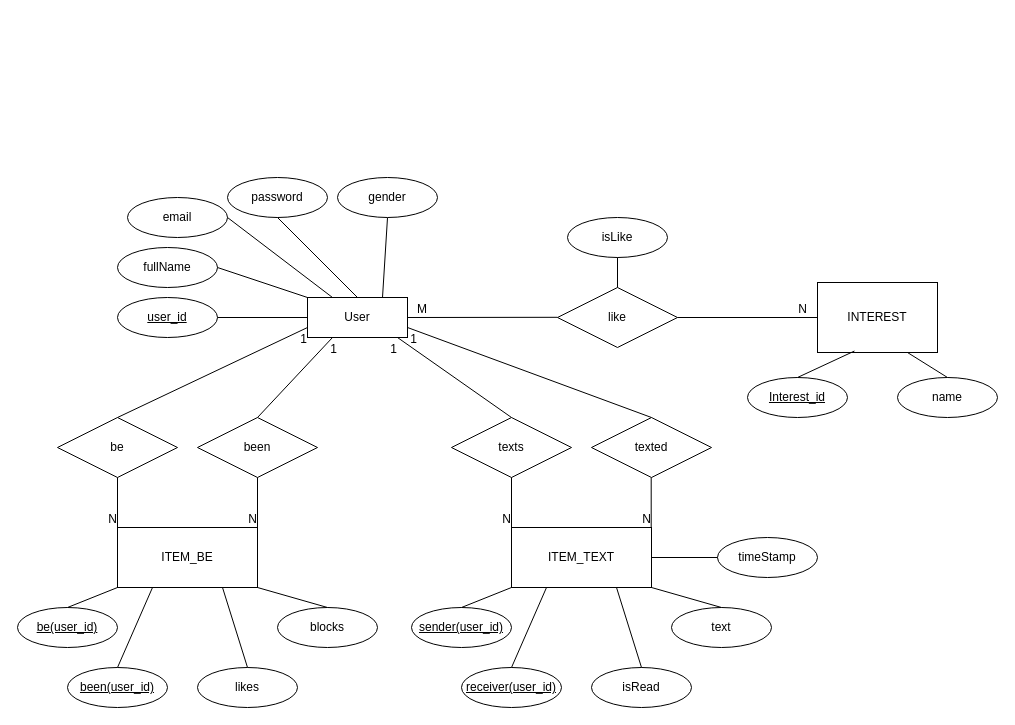
The draw.io diagram page "ER2" (2 of 2) of final project/ER_Diagram.drawio in orpheousff8/orpheousff8.github.io, before the edit. Source tidied: cells renumbered, new cells numbered last; positions are measured from the earlier drawing's top-left corner, leaving out a move shared by most shapes. Both pictures are drawn from the tidied source at 100%, with x=0, y=0 at pixel (17, 177).
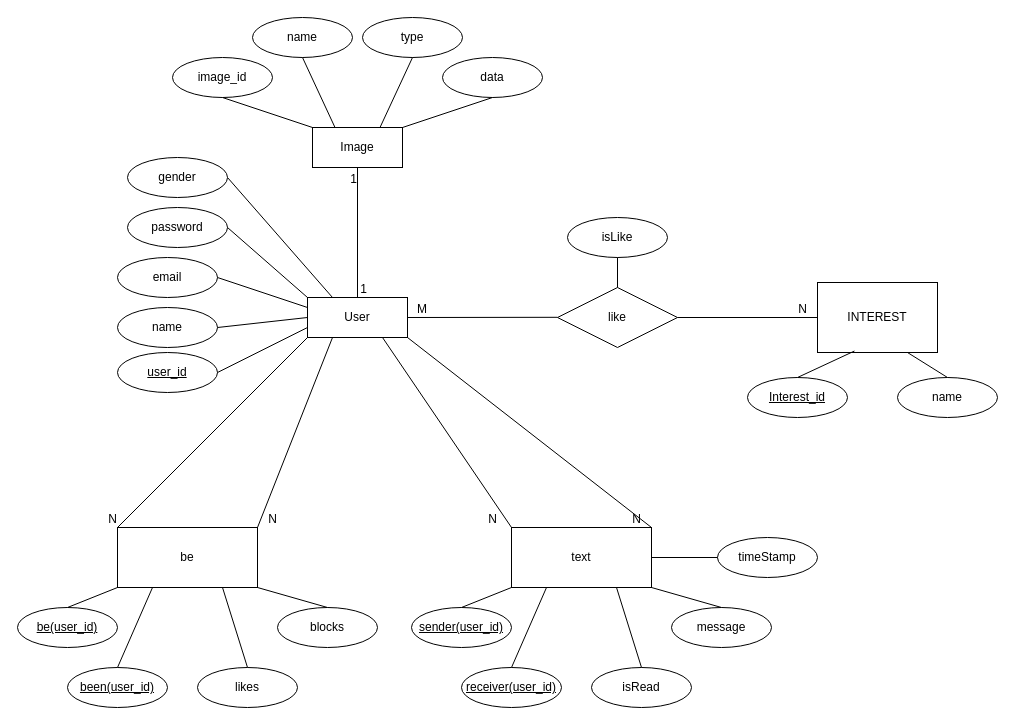
The same page after the edit.

Unchanged cells that the change refers to:
```xml
<mxCell id="2" value="User" style="whiteSpace=wrap;html=1;align=center;" parent="1" vertex="1">
  <mxGeometry x="290" y="120" width="100" height="40" as="geometry" />
</mxCell>
```

Diff of the diagram source:
```diff
@@
-    <mxCell id="4" value="fullName" style="ellipse;whiteSpace=wrap;html=1;align=center;" parent="1" vertex="1">
-      <mxGeometry x="100" y="70" width="100" height="40" as="geometry" />
+    <mxCell id="4" value="name" style="ellipse;whiteSpace=wrap;html=1;align=center;" parent="1" vertex="1">
+      <mxGeometry x="100" y="130" width="100" height="40" as="geometry" />
     </mxCell>
     <mxCell id="5" value="user_id" style="ellipse;whiteSpace=wrap;html=1;align=center;fontStyle=4;" parent="1" vertex="1">
-      <mxGeometry x="100" y="120" width="100" height="40" as="geometry" />
+      <mxGeometry x="100" y="175" width="100" height="40" as="geometry" />
     </mxCell>
     <mxCell id="6" value="email" style="ellipse;whiteSpace=wrap;html=1;align=center;" parent="1" vertex="1">
-      <mxGeometry x="110" y="20" width="100" height="40" as="geometry" />
+      <mxGeometry x="100" y="80" width="100" height="40" as="geometry" />
     </mxCell>
     <mxCell id="7" value="password" style="ellipse;whiteSpace=wrap;html=1;align=center;" parent="1" vertex="1">
-      <mxGeometry x="210" width="100" height="40" as="geometry" />
+      <mxGeometry x="110" y="30" width="100" height="40" as="geometry" />
     </mxCell>
@@
-    <mxCell id="15" style="endArrow=none;html=1;rounded=0;strokeColor=#000000;entryX=0.75;entryY=0;entryDx=0;entryDy=0;exitX=0.5;exitY=1;exitDx=0;exitDy=0;" parent="1" edge="1" source="23" target="2">
+    <mxCell id="15" style="endArrow=none;html=1;rounded=0;strokeColor=#000000;entryX=0.25;entryY=0;entryDx=0;entryDy=0;exitX=1;exitY=0.5;exitDx=0;exitDy=0;" parent="1" edge="1" source="23" target="2">
       <mxGeometry relative="1" as="geometry" />
     </mxCell>
-    <mxCell id="16" style="endArrow=none;html=1;rounded=0;strokeColor=#000000;exitX=1;exitY=0.5;exitDx=0;exitDy=0;entryX=0;entryY=0.5;entryDx=0;entryDy=0;" parent="1" edge="1" source="5" target="2">
+    <mxCell id="16" style="endArrow=none;html=1;rounded=0;strokeColor=#000000;exitX=1;exitY=0.5;exitDx=0;exitDy=0;entryX=0;entryY=0.75;entryDx=0;entryDy=0;" parent="1" edge="1" source="5" target="2">
       <mxGeometry relative="1" as="geometry" />
     </mxCell>
-    <mxCell id="17" style="endArrow=none;html=1;rounded=0;strokeColor=#000000;exitX=1;exitY=0.5;exitDx=0;exitDy=0;entryX=0;entryY=0;entryDx=0;entryDy=0;" parent="1" edge="1" source="4" target="2">
+    <mxCell id="17" style="endArrow=none;html=1;rounded=0;strokeColor=#000000;exitX=1;exitY=0.5;exitDx=0;exitDy=0;entryX=0;entryY=0.5;entryDx=0;entryDy=0;" parent="1" edge="1" source="4" target="2">
       <mxGeometry relative="1" as="geometry" />
     </mxCell>
-    <mxCell id="18" style="endArrow=none;html=1;rounded=0;strokeColor=#000000;exitX=1;exitY=0.5;exitDx=0;exitDy=0;entryX=0.25;entryY=0;entryDx=0;entryDy=0;" parent="1" edge="1" source="6" target="2">
+    <mxCell id="18" style="endArrow=none;html=1;rounded=0;strokeColor=#000000;exitX=1;exitY=0.5;exitDx=0;exitDy=0;entryX=0;entryY=0.25;entryDx=0;entryDy=0;" parent="1" edge="1" source="6" target="2">
       <mxGeometry relative="1" as="geometry" />
     </mxCell>
-    <mxCell id="19" style="endArrow=none;html=1;rounded=0;strokeColor=#000000;entryX=0.5;entryY=1;entryDx=0;entryDy=0;exitX=0.5;exitY=0;exitDx=0;exitDy=0;" parent="1" edge="1" source="2" target="7">
+    <mxCell id="19" style="endArrow=none;html=1;rounded=0;strokeColor=#000000;entryX=1;entryY=0.5;entryDx=0;entryDy=0;exitX=0;exitY=0;exitDx=0;exitDy=0;" parent="1" edge="1" source="2" target="7">
       <mxGeometry relative="1" as="geometry" />
     </mxCell>
@@
-    <mxCell id="22" value="be" style="shape=rhombus;perimeter=rhombusPerimeter;whiteSpace=wrap;html=1;align=center;" parent="1" vertex="1">
-      <mxGeometry x="40" y="240" width="120" height="60" as="geometry" />
-    </mxCell>
     <mxCell id="23" value="gender" style="ellipse;whiteSpace=wrap;html=1;align=center;" parent="1" vertex="1">
-      <mxGeometry x="320" width="100" height="40" as="geometry" />
+      <mxGeometry x="110" y="-20" width="100" height="40" as="geometry" />
     </mxCell>
@@
-    <mxCell id="32" value="been" style="shape=rhombus;perimeter=rhombusPerimeter;whiteSpace=wrap;html=1;align=center;" parent="1" vertex="1">
-      <mxGeometry x="180" y="240" width="120" height="60" as="geometry" />
-    </mxCell>
-    <mxCell id="33" value="texts" style="shape=rhombus;perimeter=rhombusPerimeter;whiteSpace=wrap;html=1;align=center;" parent="1" vertex="1">
-      <mxGeometry x="434" y="240" width="120" height="60" as="geometry" />
-    </mxCell>
@@
-    <mxCell id="40" value="text" style="ellipse;whiteSpace=wrap;html=1;align=center;" parent="1" vertex="1">
+    <mxCell id="40" value="message" style="ellipse;whiteSpace=wrap;html=1;align=center;" parent="1" vertex="1">
       <mxGeometry x="654" y="430" width="100" height="40" as="geometry" />
     </mxCell>
@@
-    <mxCell id="42" value="texted" style="shape=rhombus;perimeter=rhombusPerimeter;whiteSpace=wrap;html=1;align=center;" parent="1" vertex="1">
-      <mxGeometry x="574" y="240" width="120" height="60" as="geometry" />
-    </mxCell>
@@
-    <mxCell id="45" style="endArrow=none;html=1;rounded=0;strokeColor=#000000;entryX=0.25;entryY=1;entryDx=0;entryDy=0;exitX=0.5;exitY=0;exitDx=0;exitDy=0;" parent="1" edge="1" source="32" target="2">
+    <mxCell id="45" style="endArrow=none;html=1;rounded=0;strokeColor=#000000;entryX=0.25;entryY=1;entryDx=0;entryDy=0;exitX=1;exitY=0;exitDx=0;exitDy=0;" parent="1" edge="1" source="49" target="2">
       <mxGeometry relative="1" as="geometry" />
     </mxCell>
-    <mxCell id="46" value="1" style="html=1;align=right;verticalAlign=bottom;" parent="45" vertex="1">
-      <mxGeometry x="1" relative="1" as="geometry">
-        <mxPoint x="4.8" y="20.2" as="offset" />
-      </mxGeometry>
-    </mxCell>
-    <mxCell id="47" style="endArrow=none;html=1;rounded=0;strokeColor=#000000;entryX=0;entryY=0.75;entryDx=0;entryDy=0;exitX=0.5;exitY=0;exitDx=0;exitDy=0;" parent="1" edge="1" source="22" target="2">
+    <mxCell id="47" style="endArrow=none;html=1;rounded=0;strokeColor=#000000;entryX=0;entryY=1;entryDx=0;entryDy=0;exitX=0;exitY=0;exitDx=0;exitDy=0;" parent="1" edge="1" source="49" target="2">
       <mxGeometry relative="1" as="geometry" />
     </mxCell>
-    <mxCell id="48" value="1" style="html=1;align=right;verticalAlign=bottom;" parent="47" vertex="1">
-      <mxGeometry x="1" relative="1" as="geometry">
-        <mxPoint x="0.2" y="19.9" as="offset" />
-      </mxGeometry>
-    </mxCell>
-    <mxCell id="49" value="ITEM_BE" style="whiteSpace=wrap;html=1;align=center;" parent="1" vertex="1">
+    <mxCell id="49" value="be" style="whiteSpace=wrap;html=1;align=center;" parent="1" vertex="1">
       <mxGeometry x="100" y="350" width="140" height="60" as="geometry" />
     </mxCell>
-    <mxCell id="50" style="endArrow=none;html=1;rounded=0;strokeColor=#000000;exitX=0.5;exitY=1;exitDx=0;exitDy=0;entryX=0;entryY=0;entryDx=0;entryDy=0;" parent="1" edge="1" source="22" target="49">
-      <mxGeometry relative="1" as="geometry" />
-    </mxCell>
-    <mxCell id="51" value="N" style="html=1;align=right;verticalAlign=bottom;" parent="50" vertex="1">
-      <mxGeometry x="1" relative="1" as="geometry" />
-    </mxCell>
-    <mxCell id="52" style="endArrow=none;html=1;rounded=0;strokeColor=#000000;exitX=0.5;exitY=1;exitDx=0;exitDy=0;entryX=0;entryY=0;entryDx=0;entryDy=0;" parent="1" edge="1">
-      <mxGeometry relative="1" as="geometry">
-        <mxPoint x="240" y="300" as="sourcePoint" />
-        <mxPoint x="240" y="350" as="targetPoint" />
-      </mxGeometry>
-    </mxCell>
-    <mxCell id="53" value="N" style="html=1;align=right;verticalAlign=bottom;" parent="52" vertex="1">
-      <mxGeometry x="1" relative="1" as="geometry" />
-    </mxCell>
-    <mxCell id="54" style="endArrow=none;html=1;rounded=0;strokeColor=#000000;entryX=0;entryY=0.75;entryDx=0;entryDy=0;exitX=0.5;exitY=0;exitDx=0;exitDy=0;" parent="1" edge="1" source="33">
-      <mxGeometry relative="1" as="geometry">
-        <mxPoint x="380" y="160" as="targetPoint" />
-      </mxGeometry>
+    <mxCell id="54" style="endArrow=none;html=1;rounded=0;strokeColor=#000000;entryX=0.75;entryY=1;entryDx=0;entryDy=0;exitX=0;exitY=0;exitDx=0;exitDy=0;" parent="1" edge="1" source="62" target="2">
+      <mxGeometry relative="1" as="geometry" />
     </mxCell>
-    <mxCell id="55" value="1" style="html=1;align=right;verticalAlign=bottom;" parent="54" vertex="1">
-      <mxGeometry x="1" relative="1" as="geometry">
-        <mxPoint y="19.9" as="offset" />
-      </mxGeometry>
-    </mxCell>
-    <mxCell id="56" style="endArrow=none;html=1;rounded=0;strokeColor=#000000;entryX=0;entryY=0.75;entryDx=0;entryDy=0;exitX=0.5;exitY=0;exitDx=0;exitDy=0;" parent="1" edge="1" source="42">
-      <mxGeometry relative="1" as="geometry">
-        <mxPoint x="390" y="150" as="targetPoint" />
-      </mxGeometry>
+    <mxCell id="56" style="endArrow=none;html=1;rounded=0;strokeColor=#000000;entryX=1;entryY=1;entryDx=0;entryDy=0;exitX=1;exitY=0;exitDx=0;exitDy=0;" parent="1" edge="1" source="62" target="2">
+      <mxGeometry relative="1" as="geometry" />
     </mxCell>
-    <mxCell id="57" value="1" style="html=1;align=right;verticalAlign=bottom;" parent="56" vertex="1">
-      <mxGeometry x="1" relative="1" as="geometry">
-        <mxPoint x="9.9" y="20" as="offset" />
-      </mxGeometry>
-    </mxCell>
-    <mxCell id="58" style="endArrow=none;html=1;rounded=0;strokeColor=#000000;exitX=0.5;exitY=1;exitDx=0;exitDy=0;entryX=0;entryY=0;entryDx=0;entryDy=0;" parent="1" edge="1">
-      <mxGeometry relative="1" as="geometry">
-        <mxPoint x="494" y="300" as="sourcePoint" />
-        <mxPoint x="494" y="350" as="targetPoint" />
-      </mxGeometry>
-    </mxCell>
-    <mxCell id="59" value="N" style="html=1;align=right;verticalAlign=bottom;" parent="58" vertex="1">
-      <mxGeometry x="1" relative="1" as="geometry" />
-    </mxCell>
-    <mxCell id="60" style="endArrow=none;html=1;rounded=0;strokeColor=#000000;exitX=0.5;exitY=1;exitDx=0;exitDy=0;entryX=0;entryY=0;entryDx=0;entryDy=0;" parent="1" edge="1">
-      <mxGeometry relative="1" as="geometry">
-        <mxPoint x="633.7" y="300" as="sourcePoint" />
-        <mxPoint x="633.7" y="350" as="targetPoint" />
-      </mxGeometry>
-    </mxCell>
-    <mxCell id="61" value="N" style="html=1;align=right;verticalAlign=bottom;" parent="60" vertex="1">
-      <mxGeometry x="1" relative="1" as="geometry" />
-    </mxCell>
-    <mxCell id="62" value="ITEM_TEXT" style="whiteSpace=wrap;html=1;align=center;" parent="1" vertex="1">
+    <mxCell id="62" value="text" style="whiteSpace=wrap;html=1;align=center;" parent="1" vertex="1">
       <mxGeometry x="494" y="350" width="140" height="60" as="geometry" />
     </mxCell>
@@
+    <mxCell id="65" value="N" style="html=1;align=right;verticalAlign=bottom;" parent="1" vertex="1">
+      <mxGeometry x="260" y="350" as="geometry" />
+    </mxCell>
+    <mxCell id="66" value="N" style="html=1;align=right;verticalAlign=bottom;" parent="1" vertex="1">
+      <mxGeometry x="100" y="350" as="geometry" />
+    </mxCell>
+    <mxCell id="67" value="N" style="html=1;align=right;verticalAlign=bottom;" parent="1" vertex="1">
+      <mxGeometry x="480" y="350" as="geometry" />
+    </mxCell>
+    <mxCell id="68" value="N" style="html=1;align=right;verticalAlign=bottom;" parent="1" vertex="1">
+      <mxGeometry x="624" y="350" as="geometry" />
+    </mxCell>
+    <mxCell id="69" value="Image" style="whiteSpace=wrap;html=1;align=center;" parent="1" vertex="1">
+      <mxGeometry x="295" y="-50" width="90" height="40" as="geometry" />
+    </mxCell>
+    <mxCell id="70" value="image_id" style="ellipse;whiteSpace=wrap;html=1;align=center;" parent="1" vertex="1">
+      <mxGeometry x="155" y="-120" width="100" height="40" as="geometry" />
+    </mxCell>
+    <mxCell id="71" value="name" style="ellipse;whiteSpace=wrap;html=1;align=center;" parent="1" vertex="1">
+      <mxGeometry x="235" y="-160" width="100" height="40" as="geometry" />
+    </mxCell>
+    <mxCell id="72" value="type" style="ellipse;whiteSpace=wrap;html=1;align=center;" parent="1" vertex="1">
+      <mxGeometry x="345" y="-160" width="100" height="40" as="geometry" />
+    </mxCell>
+    <mxCell id="73" value="data" style="ellipse;whiteSpace=wrap;html=1;align=center;" parent="1" vertex="1">
+      <mxGeometry x="425" y="-120" width="100" height="40" as="geometry" />
+    </mxCell>
+    <mxCell id="74" style="endArrow=none;html=1;rounded=0;exitX=0.5;exitY=1;exitDx=0;exitDy=0;entryX=0;entryY=0;entryDx=0;entryDy=0;" parent="1" edge="1" source="70" target="69">
+      <mxGeometry relative="1" as="geometry" />
+    </mxCell>
+    <mxCell id="75" style="endArrow=none;html=1;rounded=0;exitX=0.5;exitY=1;exitDx=0;exitDy=0;entryX=0.25;entryY=0;entryDx=0;entryDy=0;" parent="1" edge="1" source="71" target="69">
+      <mxGeometry relative="1" as="geometry" />
+    </mxCell>
+    <mxCell id="76" style="endArrow=none;html=1;rounded=0;exitX=0.5;exitY=1;exitDx=0;exitDy=0;entryX=0.75;entryY=0;entryDx=0;entryDy=0;" parent="1" edge="1" source="72" target="69">
+      <mxGeometry relative="1" as="geometry" />
+    </mxCell>
+    <mxCell id="77" style="endArrow=none;html=1;rounded=0;entryX=0.5;entryY=1;entryDx=0;entryDy=0;exitX=1;exitY=0;exitDx=0;exitDy=0;" parent="1" edge="1" source="69" target="73">
+      <mxGeometry relative="1" as="geometry" />
+    </mxCell>
+    <mxCell id="78" style="endArrow=none;html=1;rounded=0;exitX=0.5;exitY=1;exitDx=0;exitDy=0;" parent="1" edge="1" source="69" target="2">
+      <mxGeometry relative="1" as="geometry" />
+    </mxCell>
+    <mxCell id="79" value="1" style="html=1;align=right;verticalAlign=bottom;" parent="78" vertex="1">
+      <mxGeometry x="1" relative="1" as="geometry">
+        <mxPoint y="-110" as="offset" />
+      </mxGeometry>
+    </mxCell>
+    <mxCell id="80" value="1" style="html=1;align=right;verticalAlign=bottom;" parent="1" vertex="1">
+      <mxGeometry x="350" y="120" as="geometry" />
+    </mxCell>
```
